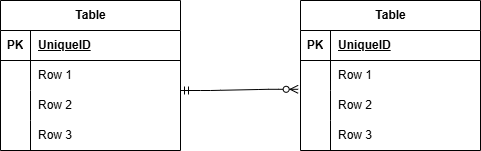
tanao1120/nao-fleamarket keeps this draw.io diagram as ER.drawio.png. Above is the earlier version. Source tidied: cells renumbered, new cells last; positions are measured from the earlier drawing's top-left corner, leaving out a move shared by most shapes. The source it was exported from:
```xml
<mxGraphModel>
  <root>
    <mxCell id="0" />
    <mxCell id="1" parent="0" />
    <mxCell id="2" value="Table" style="shape=table;startSize=30;rowLines=0;fontStyle=1;align=center;html=1;" parent="1" vertex="1">
      <mxGeometry width="180" height="150" as="geometry" />
    </mxCell>
    <mxCell id="3" style="shape=tableRow;horizontal=0;startSize=0;swimlaneHead=0;swimlaneBody=0;fillColor=none;top=0;left=0;right=0;bottom=1;" parent="2" vertex="1">
      <mxGeometry y="30" width="180" height="30" as="geometry" />
    </mxCell>
    <mxCell id="4" value="PK" style="shape=partialRectangle;fillColor=none;top=0;left=0;bottom=0;right=0;fontStyle=1;overflow=hidden;whiteSpace=wrap;html=1;" parent="3" vertex="1">
      <mxGeometry width="30" height="30" as="geometry" />
    </mxCell>
    <mxCell id="5" value="UniqueID" style="shape=partialRectangle;fillColor=none;top=0;left=0;bottom=0;right=0;align=left;spacingLeft=6;fontStyle=5;overflow=hidden;whiteSpace=wrap;html=1;" parent="3" vertex="1">
      <mxGeometry x="30" width="150" height="30" as="geometry" />
    </mxCell>
    <mxCell id="6" style="shape=tableRow;horizontal=0;startSize=0;swimlaneHead=0;swimlaneBody=0;fillColor=none;top=0;left=0;right=0;bottom=0;" parent="2" vertex="1">
      <mxGeometry y="60" width="180" height="30" as="geometry" />
    </mxCell>
    <mxCell id="7" style="shape=partialRectangle;fillColor=none;top=0;left=0;bottom=0;right=0;overflow=hidden;whiteSpace=wrap;html=1;" parent="6" vertex="1">
      <mxGeometry width="30" height="30" as="geometry" />
    </mxCell>
    <mxCell id="8" value="Row 1" style="shape=partialRectangle;fillColor=none;top=0;left=0;bottom=0;right=0;align=left;spacingLeft=6;overflow=hidden;whiteSpace=wrap;html=1;" parent="6" vertex="1">
      <mxGeometry x="30" width="150" height="30" as="geometry" />
    </mxCell>
    <mxCell id="9" style="shape=tableRow;horizontal=0;startSize=0;swimlaneHead=0;swimlaneBody=0;fillColor=none;top=0;left=0;right=0;bottom=0;" parent="2" vertex="1">
      <mxGeometry y="90" width="180" height="30" as="geometry" />
    </mxCell>
    <mxCell id="10" style="shape=partialRectangle;fillColor=none;top=0;left=0;bottom=0;right=0;overflow=hidden;whiteSpace=wrap;html=1;" parent="9" vertex="1">
      <mxGeometry width="30" height="30" as="geometry" />
    </mxCell>
    <mxCell id="11" value="Row 2" style="shape=partialRectangle;fillColor=none;top=0;left=0;bottom=0;right=0;align=left;spacingLeft=6;overflow=hidden;whiteSpace=wrap;html=1;" parent="9" vertex="1">
      <mxGeometry x="30" width="150" height="30" as="geometry" />
    </mxCell>
    <mxCell id="12" style="shape=tableRow;horizontal=0;startSize=0;swimlaneHead=0;swimlaneBody=0;fillColor=none;top=0;left=0;right=0;bottom=0;" parent="2" vertex="1">
      <mxGeometry y="120" width="180" height="30" as="geometry" />
    </mxCell>
    <mxCell id="13" style="shape=partialRectangle;fillColor=none;top=0;left=0;bottom=0;right=0;overflow=hidden;whiteSpace=wrap;html=1;" parent="12" vertex="1">
      <mxGeometry width="30" height="30" as="geometry" />
    </mxCell>
    <mxCell id="14" value="Row 3" style="shape=partialRectangle;fillColor=none;top=0;left=0;bottom=0;right=0;align=left;spacingLeft=6;overflow=hidden;whiteSpace=wrap;html=1;" parent="12" vertex="1">
      <mxGeometry x="30" width="150" height="30" as="geometry" />
    </mxCell>
    <mxCell id="15" value="Table" style="shape=table;startSize=30;rowLines=0;fontStyle=1;align=center;html=1;" parent="1" vertex="1">
      <mxGeometry x="300" width="180" height="150" as="geometry" />
    </mxCell>
    <mxCell id="16" style="shape=tableRow;horizontal=0;startSize=0;swimlaneHead=0;swimlaneBody=0;fillColor=none;top=0;left=0;right=0;bottom=1;" parent="15" vertex="1">
      <mxGeometry y="30" width="180" height="30" as="geometry" />
    </mxCell>
    <mxCell id="17" value="PK" style="shape=partialRectangle;fillColor=none;top=0;left=0;bottom=0;right=0;fontStyle=1;overflow=hidden;whiteSpace=wrap;html=1;" parent="16" vertex="1">
      <mxGeometry width="30" height="30" as="geometry" />
    </mxCell>
    <mxCell id="18" value="UniqueID" style="shape=partialRectangle;fillColor=none;top=0;left=0;bottom=0;right=0;align=left;spacingLeft=6;fontStyle=5;overflow=hidden;whiteSpace=wrap;html=1;" parent="16" vertex="1">
      <mxGeometry x="30" width="150" height="30" as="geometry" />
    </mxCell>
    <mxCell id="19" style="shape=tableRow;horizontal=0;startSize=0;swimlaneHead=0;swimlaneBody=0;fillColor=none;top=0;left=0;right=0;bottom=0;" parent="15" vertex="1">
      <mxGeometry y="60" width="180" height="30" as="geometry" />
    </mxCell>
    <mxCell id="20" style="shape=partialRectangle;fillColor=none;top=0;left=0;bottom=0;right=0;overflow=hidden;whiteSpace=wrap;html=1;" parent="19" vertex="1">
      <mxGeometry width="30" height="30" as="geometry" />
    </mxCell>
    <mxCell id="21" value="Row 1" style="shape=partialRectangle;fillColor=none;top=0;left=0;bottom=0;right=0;align=left;spacingLeft=6;overflow=hidden;whiteSpace=wrap;html=1;" parent="19" vertex="1">
      <mxGeometry x="30" width="150" height="30" as="geometry" />
    </mxCell>
    <mxCell id="22" style="shape=tableRow;horizontal=0;startSize=0;swimlaneHead=0;swimlaneBody=0;fillColor=none;points=[[0,0.5],[1,0.5]];portConstraint=eastwest;top=0;left=0;right=0;bottom=0;" parent="15" vertex="1">
      <mxGeometry y="90" width="180" height="30" as="geometry" />
    </mxCell>
    <mxCell id="23" style="shape=partialRectangle;fillColor=none;top=0;left=0;bottom=0;right=0;overflow=hidden;whiteSpace=wrap;html=1;" parent="22" vertex="1">
      <mxGeometry width="30" height="30" as="geometry" />
    </mxCell>
    <mxCell id="24" value="Row 2" style="shape=partialRectangle;fillColor=none;top=0;left=0;bottom=0;right=0;align=left;spacingLeft=6;overflow=hidden;whiteSpace=wrap;html=1;" parent="22" vertex="1">
      <mxGeometry x="30" width="150" height="30" as="geometry" />
    </mxCell>
    <mxCell id="25" style="shape=tableRow;horizontal=0;startSize=0;swimlaneHead=0;swimlaneBody=0;fillColor=none;top=0;left=0;right=0;bottom=0;" parent="15" vertex="1">
      <mxGeometry y="120" width="180" height="30" as="geometry" />
    </mxCell>
    <mxCell id="26" style="shape=partialRectangle;fillColor=none;top=0;left=0;bottom=0;right=0;overflow=hidden;whiteSpace=wrap;html=1;" parent="25" vertex="1">
      <mxGeometry width="30" height="30" as="geometry" />
    </mxCell>
    <mxCell id="27" value="Row 3" style="shape=partialRectangle;fillColor=none;top=0;left=0;bottom=0;right=0;align=left;spacingLeft=6;overflow=hidden;whiteSpace=wrap;html=1;" parent="25" vertex="1">
      <mxGeometry x="30" width="150" height="30" as="geometry" />
    </mxCell>
    <mxCell id="28" style="edgeStyle=entityRelationEdgeStyle;fontSize=12;html=1;endArrow=ERzeroToMany;startArrow=ERmandOne;entryX=-0.013;entryY=-0.04;entryDx=0;entryDy=0;entryPerimeter=0;" parent="1" edge="1" target="22">
      <mxGeometry relative="1" as="geometry">
        <mxPoint x="180" y="90" as="sourcePoint" />
        <Array as="points">
          <mxPoint x="260" y="80" />
        </Array>
      </mxGeometry>
    </mxCell>
  </root>
</mxGraphModel>
```
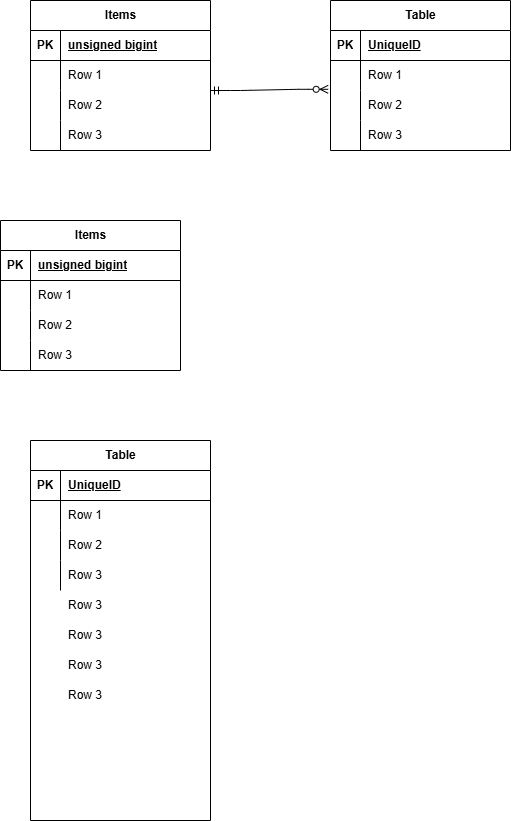
Later version of the same file.

The edit, as a diff of the source:
```diff
@@ -2,7 +2,7 @@
   <root>
     <mxCell id="0" />
     <mxCell id="1" parent="0" />
-    <mxCell id="2" value="Table" style="shape=table;startSize=30;rowLines=0;fontStyle=1;align=center;html=1;" parent="1" vertex="1">
+    <mxCell id="2" value="Items" style="shape=table;startSize=30;rowLines=0;fontStyle=1;align=center;html=1;" parent="1" vertex="1">
       <mxGeometry width="180" height="150" as="geometry" />
     </mxCell>
     <mxCell id="3" style="shape=tableRow;horizontal=0;startSize=0;swimlaneHead=0;swimlaneBody=0;fillColor=none;top=0;left=0;right=0;bottom=1;" parent="2" vertex="1">
@@ -11,7 +11,7 @@
     <mxCell id="4" value="PK" style="shape=partialRectangle;fillColor=none;top=0;left=0;bottom=0;right=0;fontStyle=1;overflow=hidden;whiteSpace=wrap;html=1;" parent="3" vertex="1">
       <mxGeometry width="30" height="30" as="geometry" />
     </mxCell>
-    <mxCell id="5" value="UniqueID" style="shape=partialRectangle;fillColor=none;top=0;left=0;bottom=0;right=0;align=left;spacingLeft=6;fontStyle=5;overflow=hidden;whiteSpace=wrap;html=1;" parent="3" vertex="1">
+    <mxCell id="5" value="unsigned bigint" style="shape=partialRectangle;fillColor=none;top=0;left=0;bottom=0;right=0;align=left;spacingLeft=6;fontStyle=5;overflow=hidden;whiteSpace=wrap;html=1;" parent="3" vertex="1">
       <mxGeometry x="30" width="150" height="30" as="geometry" />
     </mxCell>
     <mxCell id="6" style="shape=tableRow;horizontal=0;startSize=0;swimlaneHead=0;swimlaneBody=0;fillColor=none;top=0;left=0;right=0;bottom=0;" parent="2" vertex="1">
@@ -88,5 +88,101 @@
         </Array>
       </mxGeometry>
     </mxCell>
+    <mxCell id="29" value="Items" style="shape=table;startSize=30;rowLines=0;fontStyle=1;align=center;html=1;" parent="1" vertex="1">
+      <mxGeometry x="-30" y="220" width="180" height="150" as="geometry" />
+    </mxCell>
+    <mxCell id="30" style="shape=tableRow;horizontal=0;startSize=0;swimlaneHead=0;swimlaneBody=0;fillColor=none;top=0;left=0;right=0;bottom=1;" parent="29" vertex="1">
+      <mxGeometry y="30" width="180" height="30" as="geometry" />
+    </mxCell>
+    <mxCell id="31" value="PK" style="shape=partialRectangle;fillColor=none;top=0;left=0;bottom=0;right=0;fontStyle=1;overflow=hidden;whiteSpace=wrap;html=1;" parent="30" vertex="1">
+      <mxGeometry width="30" height="30" as="geometry" />
+    </mxCell>
+    <mxCell id="32" value="unsigned bigint" style="shape=partialRectangle;fillColor=none;top=0;left=0;bottom=0;right=0;align=left;spacingLeft=6;fontStyle=5;overflow=hidden;whiteSpace=wrap;html=1;" parent="30" vertex="1">
+      <mxGeometry x="30" width="150" height="30" as="geometry" />
+    </mxCell>
+    <mxCell id="33" style="shape=tableRow;horizontal=0;startSize=0;swimlaneHead=0;swimlaneBody=0;fillColor=none;top=0;left=0;right=0;bottom=0;" parent="29" vertex="1">
+      <mxGeometry y="60" width="180" height="30" as="geometry" />
+    </mxCell>
+    <mxCell id="34" style="shape=partialRectangle;fillColor=none;top=0;left=0;bottom=0;right=0;overflow=hidden;whiteSpace=wrap;html=1;" parent="33" vertex="1">
+      <mxGeometry width="30" height="30" as="geometry" />
+    </mxCell>
+    <mxCell id="35" value="Row 1" style="shape=partialRectangle;fillColor=none;top=0;left=0;bottom=0;right=0;align=left;spacingLeft=6;overflow=hidden;whiteSpace=wrap;html=1;" parent="33" vertex="1">
+      <mxGeometry x="30" width="150" height="30" as="geometry" />
+    </mxCell>
+    <mxCell id="36" style="shape=tableRow;horizontal=0;startSize=0;swimlaneHead=0;swimlaneBody=0;fillColor=none;top=0;left=0;right=0;bottom=0;" parent="29" vertex="1">
+      <mxGeometry y="90" width="180" height="30" as="geometry" />
+    </mxCell>
+    <mxCell id="37" style="shape=partialRectangle;fillColor=none;top=0;left=0;bottom=0;right=0;overflow=hidden;whiteSpace=wrap;html=1;" parent="36" vertex="1">
+      <mxGeometry width="30" height="30" as="geometry" />
+    </mxCell>
+    <mxCell id="38" value="Row 2" style="shape=partialRectangle;fillColor=none;top=0;left=0;bottom=0;right=0;align=left;spacingLeft=6;overflow=hidden;whiteSpace=wrap;html=1;" parent="36" vertex="1">
+      <mxGeometry x="30" width="150" height="30" as="geometry" />
+    </mxCell>
+    <mxCell id="39" style="shape=tableRow;horizontal=0;startSize=0;swimlaneHead=0;swimlaneBody=0;fillColor=none;top=0;left=0;right=0;bottom=0;" parent="29" vertex="1">
+      <mxGeometry y="120" width="180" height="30" as="geometry" />
+    </mxCell>
+    <mxCell id="40" style="shape=partialRectangle;fillColor=none;top=0;left=0;bottom=0;right=0;overflow=hidden;whiteSpace=wrap;html=1;" parent="39" vertex="1">
+      <mxGeometry width="30" height="30" as="geometry" />
+    </mxCell>
+    <mxCell id="41" value="Row 3" style="shape=partialRectangle;fillColor=none;top=0;left=0;bottom=0;right=0;align=left;spacingLeft=6;overflow=hidden;whiteSpace=wrap;html=1;" parent="39" vertex="1">
+      <mxGeometry x="30" width="150" height="30" as="geometry" />
+    </mxCell>
+    <mxCell id="42" value="Table" style="shape=table;startSize=30;rowLines=0;fontStyle=1;align=center;html=1;" parent="1" vertex="1">
+      <mxGeometry y="440" width="180" height="380" as="geometry" />
+    </mxCell>
+    <mxCell id="43" style="shape=tableRow;horizontal=0;startSize=0;swimlaneHead=0;swimlaneBody=0;fillColor=none;top=0;left=0;right=0;bottom=1;" parent="42" vertex="1">
+      <mxGeometry y="30" width="180" height="30" as="geometry" />
+    </mxCell>
+    <mxCell id="44" value="PK" style="shape=partialRectangle;fillColor=none;top=0;left=0;bottom=0;right=0;fontStyle=1;overflow=hidden;whiteSpace=wrap;html=1;" parent="43" vertex="1">
+      <mxGeometry width="30" height="30" as="geometry" />
+    </mxCell>
+    <mxCell id="45" value="UniqueID" style="shape=partialRectangle;fillColor=none;top=0;left=0;bottom=0;right=0;align=left;spacingLeft=6;fontStyle=5;overflow=hidden;whiteSpace=wrap;html=1;" parent="43" vertex="1">
+      <mxGeometry x="30" width="150" height="30" as="geometry" />
+    </mxCell>
+    <mxCell id="46" style="shape=tableRow;horizontal=0;startSize=0;swimlaneHead=0;swimlaneBody=0;fillColor=none;top=0;left=0;right=0;bottom=0;" parent="42" vertex="1">
+      <mxGeometry y="60" width="180" height="30" as="geometry" />
+    </mxCell>
+    <mxCell id="47" style="shape=partialRectangle;fillColor=none;top=0;left=0;bottom=0;right=0;overflow=hidden;whiteSpace=wrap;html=1;" parent="46" vertex="1">
+      <mxGeometry width="30" height="30" as="geometry" />
+    </mxCell>
+    <mxCell id="48" value="Row 1" style="shape=partialRectangle;fillColor=none;top=0;left=0;bottom=0;right=0;align=left;spacingLeft=6;overflow=hidden;whiteSpace=wrap;html=1;" parent="46" vertex="1">
+      <mxGeometry x="30" width="150" height="30" as="geometry" />
+    </mxCell>
+    <mxCell id="49" style="shape=tableRow;horizontal=0;startSize=0;swimlaneHead=0;swimlaneBody=0;fillColor=none;top=0;left=0;right=0;bottom=0;" parent="42" vertex="1">
+      <mxGeometry y="90" width="180" height="30" as="geometry" />
+    </mxCell>
+    <mxCell id="50" style="shape=partialRectangle;fillColor=none;top=0;left=0;bottom=0;right=0;overflow=hidden;whiteSpace=wrap;html=1;" parent="49" vertex="1">
+      <mxGeometry width="30" height="30" as="geometry" />
+    </mxCell>
+    <mxCell id="51" value="Row 2" style="shape=partialRectangle;fillColor=none;top=0;left=0;bottom=0;right=0;align=left;spacingLeft=6;overflow=hidden;whiteSpace=wrap;html=1;" parent="49" vertex="1">
+      <mxGeometry x="30" width="150" height="30" as="geometry" />
+    </mxCell>
+    <mxCell id="52" style="shape=tableRow;horizontal=0;startSize=0;swimlaneHead=0;swimlaneBody=0;fillColor=none;top=0;left=0;right=0;bottom=0;" parent="42" vertex="1">
+      <mxGeometry y="120" width="180" height="30" as="geometry" />
+    </mxCell>
+    <mxCell id="53" style="shape=partialRectangle;fillColor=none;top=0;left=0;bottom=0;right=0;overflow=hidden;whiteSpace=wrap;html=1;" parent="52" vertex="1">
+      <mxGeometry width="30" height="30" as="geometry" />
+    </mxCell>
+    <mxCell id="54" value="Row 3" style="shape=partialRectangle;fillColor=none;top=0;left=0;bottom=0;right=0;align=left;spacingLeft=6;overflow=hidden;whiteSpace=wrap;html=1;" parent="52" vertex="1">
+      <mxGeometry x="30" width="150" height="30" as="geometry" />
+    </mxCell>
+    <mxCell id="55" value="Row 3" style="shape=partialRectangle;fillColor=none;top=0;left=0;bottom=0;right=0;align=left;spacingLeft=6;overflow=hidden;whiteSpace=wrap;html=1;" parent="1" vertex="1">
+      <mxGeometry x="30" y="590" width="150" height="30" as="geometry" />
+    </mxCell>
+    <mxCell id="56" value="Row 3" style="shape=partialRectangle;fillColor=none;top=0;left=0;bottom=0;right=0;align=left;spacingLeft=6;overflow=hidden;whiteSpace=wrap;html=1;" parent="1" vertex="1">
+      <mxGeometry x="30" y="620" width="150" height="30" as="geometry" />
+    </mxCell>
+    <mxCell id="57" value="Row 3" style="shape=partialRectangle;fillColor=none;top=0;left=0;bottom=0;right=0;align=left;spacingLeft=6;overflow=hidden;whiteSpace=wrap;html=1;" parent="1" vertex="1">
+      <mxGeometry x="30" y="650" width="150" height="30" as="geometry" />
+    </mxCell>
+    <mxCell id="58" value="Row 3" style="shape=partialRectangle;fillColor=none;top=0;left=0;bottom=0;right=0;align=left;spacingLeft=6;overflow=hidden;whiteSpace=wrap;html=1;" parent="1" vertex="1">
+      <mxGeometry x="30" y="680" width="150" height="30" as="geometry" />
+    </mxCell>
+    <mxCell id="59" style="shape=partialRectangle;fillColor=none;top=0;left=0;bottom=0;right=0;overflow=hidden;whiteSpace=wrap;html=1;" parent="1" vertex="1">
+      <mxGeometry y="590" width="30" height="30" as="geometry" />
+    </mxCell>
+    <mxCell id="60" style="shape=partialRectangle;fillColor=none;top=0;left=0;bottom=0;right=0;overflow=hidden;whiteSpace=wrap;html=1;" parent="1" vertex="1">
+      <mxGeometry y="620" width="30" height="30" as="geometry" />
+    </mxCell>
   </root>
 </mxGraphModel>
```
